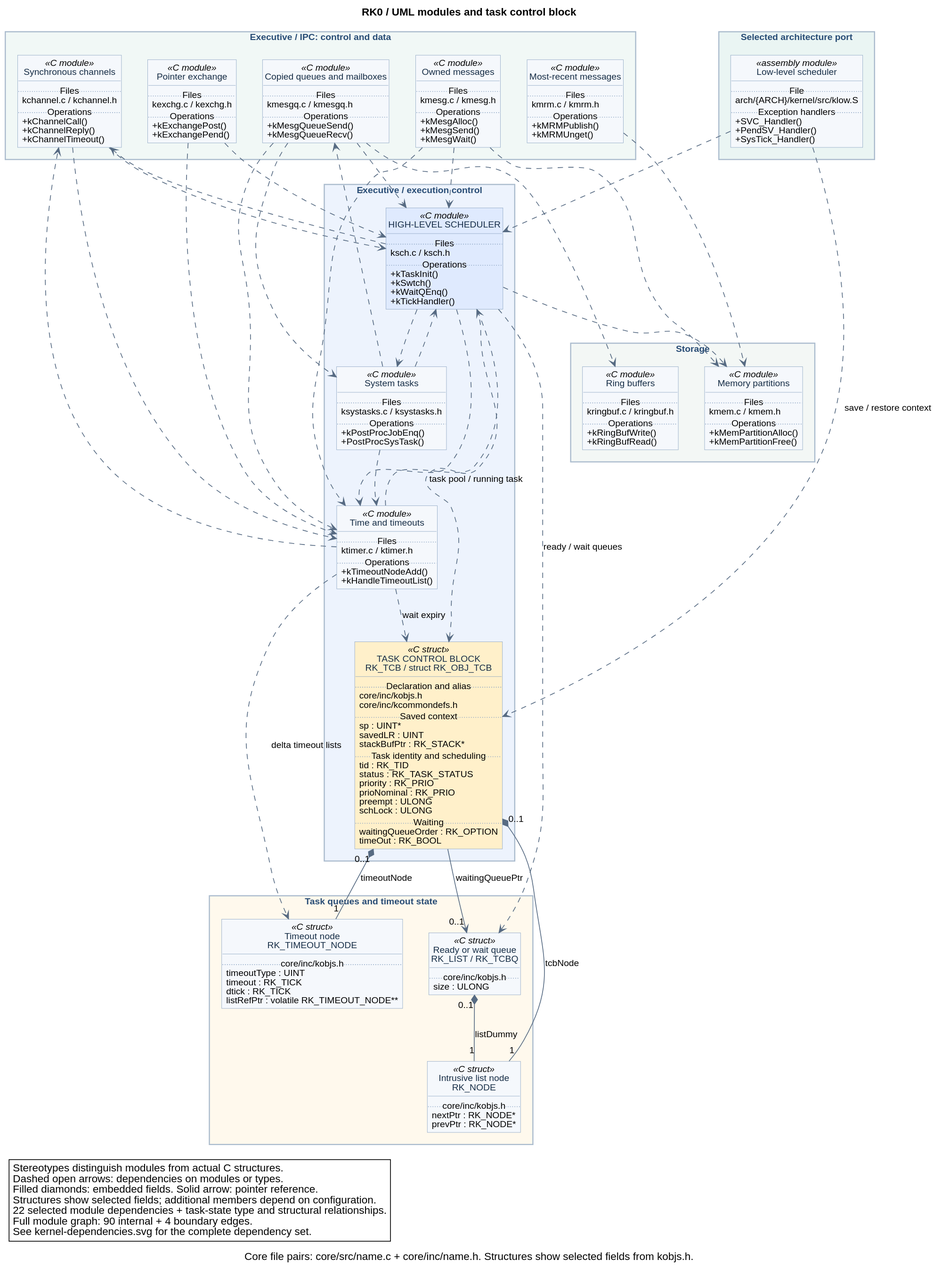
antoniogiacomelli/RK0 keeps this PlantUML diagram as docs/diagrams/kernel-dependencies-uml.svg. Above is the earlier version. Its diagram source:
```plantuml
@startuml

title RK0 / UML modules and task control block
caption Core file pairs: core/src/name.c + core/inc/name.h. Structures show selected fields from kobjs.h.

top to bottom direction
hide circle
skinparam backgroundColor white
skinparam shadowing false
skinparam dpi 110
skinparam defaultFontName Helvetica
skinparam defaultFontSize 12
skinparam classAttributeIconSize 0
skinparam packageStyle rectangle
skinparam roundcorner 0
skinparam nodesep 35
skinparam ranksep 55
skinparam ArrowColor #576B83
skinparam class {
  BackgroundColor #F5F8FC
  BorderColor #8BA4C2
  FontColor #162D46
}
skinparam package {
  BorderColor #AABBCD
  FontColor #284C75
}

package "Executive / IPC: control and data" #F1F8F6 {
  class "Pointer exchange" as kexchg <<C module>> {
    .. Files ..
    kexchg.c / kexchg.h
    .. Operations ..
    +kExchangePost()
    +kExchangePend()
  }
  class "Copied queues and mailboxes" as kmesgq <<C module>> {
    .. Files ..
    kmesgq.c / kmesgq.h
    .. Operations ..
    +kMesgQueueSend()
    +kMesgQueueRecv()
  }
  class "Owned messages" as kmesg <<C module>> {
    .. Files ..
    kmesg.c / kmesg.h
    .. Operations ..
    +kMesgAlloc()
    +kMesgSend()
    +kMesgWait()
  }
  class "Synchronous channels" as kchannel <<C module>> {
    .. Files ..
    kchannel.c / kchannel.h
    .. Operations ..
    +kChannelCall()
    +kChannelReply()
    +kChannelTimeout()
  }
  class "Most-recent messages" as kmrm <<C module>> {
    .. Files ..
    kmrm.c / kmrm.h
    .. Operations ..
    +kMRMPublish()
    +kMRMUnget()
  }
}

package "Executive / execution control" #EDF3FD {
  class "HIGH-LEVEL SCHEDULER" as ksch <<C module>> #DFEAFE {
    .. Files ..
    ksch.c / ksch.h
    .. Operations ..
    +kTaskInit()
    +kSwtch()
    +kWaitQEnq()
    +kTickHandler()
  }
  class "Time and timeouts" as ktimer <<C module>> {
    .. Files ..
    ktimer.c / ktimer.h
    .. Operations ..
    +kTimeoutNodeAdd()
    +kHandleTimeoutList()
  }
  class "System tasks" as ksystasks <<C module>> {
    .. Files ..
    ksystasks.c / ksystasks.h
    .. Operations ..
    +kPostProcJobEnq()
    +PostProcSysTask()
  }
  class "TASK CONTROL BLOCK\nRK_TCB / struct RK_OBJ_TCB" as TCB <<C struct>> #FFF0CA {
    .. Declaration and alias ..
    core/inc/kobjs.h
    core/inc/kcommondefs.h
    .. Saved context ..
    sp : UINT*
    savedLR : UINT
    stackBufPtr : RK_STACK*
    .. Task identity and scheduling ..
    tid : RK_TID
    status : RK_TASK_STATUS
    priority : RK_PRIO
    prioNominal : RK_PRIO
    preempt : ULONG
    schLock : ULONG
    .. Waiting ..
    waitingQueueOrder : RK_OPTION
    timeOut : RK_BOOL
  }
}

package "Task queues and timeout state" #FFF9ED {
  class "Timeout node\nRK_TIMEOUT_NODE" as TimeoutNode <<C struct>> {
    .. core/inc/kobjs.h ..
    timeoutType : UINT
    timeout : RK_TICK
    dtick : RK_TICK
    listRefPtr : volatile RK_TIMEOUT_NODE**
  }
  class "Intrusive list node\nRK_NODE" as ListNode <<C struct>> {
    .. core/inc/kobjs.h ..
    nextPtr : RK_NODE*
    prevPtr : RK_NODE*
  }
  class "Ready or wait queue\nRK_LIST / RK_TCBQ" as TaskQueue <<C struct>> {
    .. core/inc/kobjs.h ..
    size : ULONG
  }
}

package "Storage" #F3F7F5 {
  class "Memory partitions" as kmem <<C module>> {
    .. Files ..
    kmem.c / kmem.h
    .. Operations ..
    +kMemPartitionAlloc()
    +kMemPartitionFree()
  }
  class "Ring buffers" as kringbuf <<C module>> {
    .. Files ..
    kringbuf.c / kringbuf.h
    .. Operations ..
    +kRingBufWrite()
    +kRingBufRead()
  }
}

package "Selected architecture port" #EAF5F3 {
  class "Low-level scheduler" as klow <<assembly module>> {
    .. File ..
    arch/{ARCH}/kernel/src/klow.S
    .. Exception handlers ..
    +SVC_Handler()
    +PendSV_Handler()
    +SysTick_Handler()
  }
}

kexchg ..> ksch
kexchg ..> ktimer
kmesgq ..> ksch
kmesgq ..> ktimer
kmesgq ..> ksystasks
kmesgq ..> kringbuf
kmesg ..> ksch
kmesg ..> ktimer
kmesg ..> kmem
kchannel ..> ksch
kchannel ..> ktimer
kmrm ..> kmem
ksch ..> ktimer
ksch ..> ksystasks
ksch ..> kchannel
ksch ..> kmem
ktimer ..> ksch
ktimer ..> kchannel
ksystasks ..> ksch
ksystasks ..> ktimer
ksystasks ..> kmesgq
klow ..> ksch

ksch ..> TCB : task pool / running task
klow ..> TCB : save / restore context
ktimer ..> TCB : wait expiry
ksch ..> TaskQueue : ready / wait queues
ktimer ..> TimeoutNode : delta timeout lists

TCB "0..1" *-- "1" TimeoutNode : timeoutNode
TCB "0..1" *-- "1" ListNode : tcbNode
TCB --> "0..1" TaskQueue : waitingQueuePtr
TaskQueue "0..1" *-- "1" ListNode : listDummy

legend bottom left
  Stereotypes distinguish modules from actual C structures.
  Dashed open arrows: dependencies on modules or types.
  Filled diamonds: embedded fields. Solid arrow: pointer reference.
  Structures show selected fields; additional members depend on configuration.
  22 selected module dependencies + task-state type and structural relationships.
  Full module graph: 90 internal + 4 boundary edges.
  See kernel-dependencies.svg for the complete dependency set.
endlegend
@enduml
```
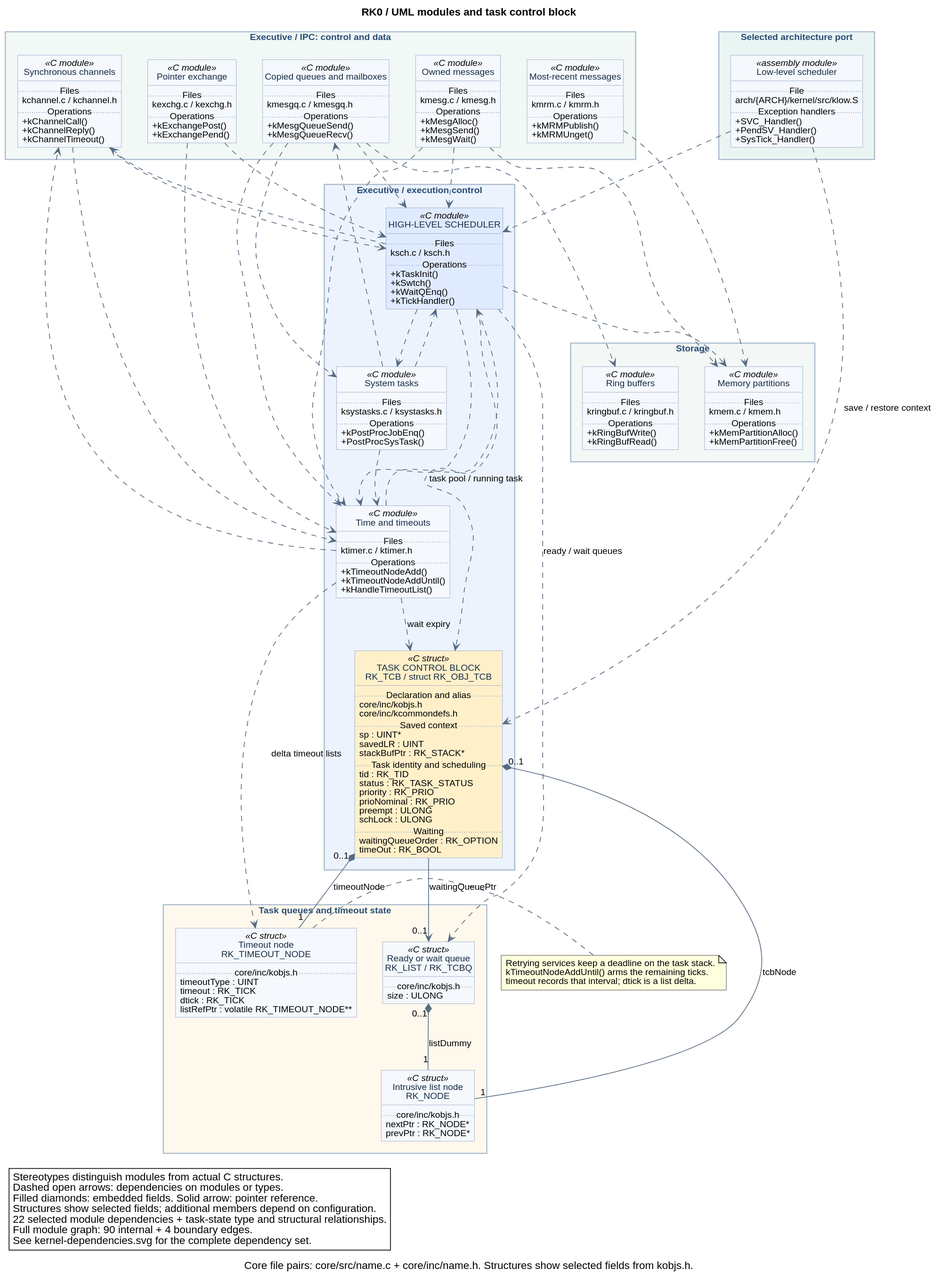
Later version of the same file.

The edit, as a diff of the source:
```diff
@@ -81,6 +81,7 @@
     ktimer.c / ktimer.h
     .. Operations ..
     +kTimeoutNodeAdd()
+    +kTimeoutNodeAddUntil()
     +kHandleTimeoutList()
   }
   class "System tasks" as ksystasks <<C module>> {
@@ -129,6 +130,12 @@
     size : ULONG
   }
 }
+
+note right of TimeoutNode
+  Retrying services keep a deadline on the task stack.
+  kTimeoutNodeAddUntil() arms the remaining ticks.
+  timeout records that interval; dtick is a list delta.
+end note
 
 package "Storage" #F3F7F5 {
   class "Memory partitions" as kmem <<C module>> {
```
